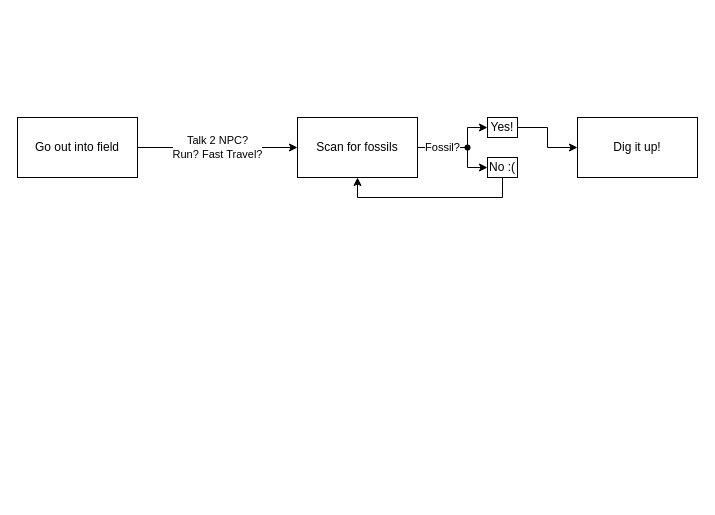
The draw.io diagram ffe.drawio in Fraxo/drawioflowcharts, before the edit. Source tidied: cells renumbered, new cells numbered last; positions are measured from the earlier drawing's top-left corner, leaving out a move shared by most shapes. Both pictures are drawn from the tidied source at 100%, with x=0, y=0 at pixel (17, 117).
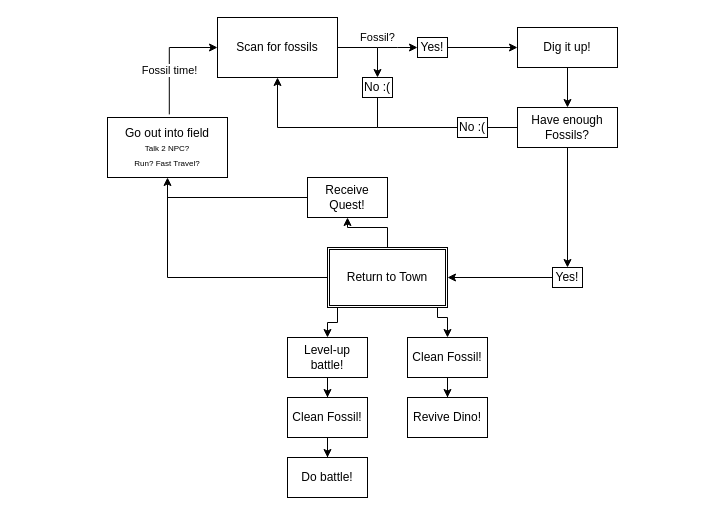
The same page after the edit.

What changed in the source:
```diff
@@
-    <mxCell id="2" value="Talk 2 NPC?&lt;div&gt;Run? Fast Travel?&lt;/div&gt;" style="edgeStyle=orthogonalEdgeStyle;rounded=0;jettySize=auto;html=1;entryX=0;entryY=0.5;entryDx=0;entryDy=0;" parent="1" edge="1" source="3" target="4">
-      <mxGeometry relative="1" as="geometry" />
+    <mxCell id="2" value="Fossil time!" style="edgeStyle=orthogonalEdgeStyle;rounded=0;jettySize=auto;html=1;entryX=0;entryY=0.5;entryDx=0;entryDy=0;exitX=0.515;exitY=-0.052;exitDx=0;exitDy=0;exitPerimeter=0;" parent="1" edge="1" source="3" target="4">
+      <mxGeometry x="-0.24" relative="1" as="geometry" />
     </mxCell>
-    <mxCell id="3" value="Go out into field" style="rounded=0;whiteSpace=wrap;html=1;" parent="1" vertex="1">
-      <mxGeometry width="120" height="60" as="geometry" />
+    <mxCell id="3" value="Go out into field&lt;div&gt;&lt;font style=&quot;font-size: 8px;&quot;&gt;Talk 2 NPC?&lt;/font&gt;&lt;/div&gt;&lt;div&gt;&lt;font style=&quot;font-size: 8px;&quot;&gt;Run? Fast Travel?&lt;/font&gt;&lt;/div&gt;" style="rounded=0;whiteSpace=wrap;html=1;" parent="1" vertex="1">
+      <mxGeometry x="90" width="120" height="60" as="geometry" />
     </mxCell>
     <mxCell id="4" value="Scan for fossils" style="rounded=0;whiteSpace=wrap;html=1;" parent="1" vertex="1">
-      <mxGeometry x="280" width="120" height="60" as="geometry" />
+      <mxGeometry x="200" y="-100" width="120" height="60" as="geometry" />
     </mxCell>
     <mxCell id="5" style="edgeStyle=orthogonalEdgeStyle;rounded=0;jettySize=auto;html=1;endArrow=none;endFill=0;startArrow=classic;startFill=1;" parent="1" edge="1" source="7" target="12">
       <mxGeometry relative="1" as="geometry">
         <Array as="points">
-          <mxPoint x="450" y="10" />
+          <mxPoint x="380" y="-70" />
+          <mxPoint x="380" y="-70" />
         </Array>
       </mxGeometry>
     </mxCell>
@@
     <mxCell id="7" value="Yes!" style="rounded=0;whiteSpace=wrap;html=1;" parent="1" vertex="1">
-      <mxGeometry x="470" width="30" height="20" as="geometry" />
+      <mxGeometry x="400" y="-80" width="30" height="20" as="geometry" />
     </mxCell>
     <mxCell id="8" style="edgeStyle=orthogonalEdgeStyle;rounded=0;jettySize=auto;html=1;startArrow=classic;startFill=1;endArrow=none;endFill=0;" parent="1" edge="1" source="10" target="12">
       <mxGeometry relative="1" as="geometry">
         <Array as="points">
-          <mxPoint x="450" y="50" />
+          <mxPoint x="360" y="-70" />
         </Array>
       </mxGeometry>
     </mxCell>
-    <mxCell id="9" style="edgeStyle=orthogonalEdgeStyle;rounded=0;jettySize=auto;html=1;entryX=0.5;entryY=1;entryDx=0;entryDy=0;" parent="1" edge="1" source="10" target="4">
-      <mxGeometry relative="1" as="geometry">
-        <Array as="points">
-          <mxPoint x="485" y="80" />
-          <mxPoint x="340" y="80" />
-        </Array>
-      </mxGeometry>
+    <mxCell id="9" style="edgeStyle=orthogonalEdgeStyle;rounded=0;jettySize=auto;html=1;entryX=0.5;entryY=1;entryDx=0;entryDy=0;" parent="1" edge="1" source="24" target="4">
+      <mxGeometry relative="1" as="geometry" />
     </mxCell>
     <mxCell id="10" value="No :(" style="rounded=0;whiteSpace=wrap;html=1;" parent="1" vertex="1">
-      <mxGeometry x="470" y="40" width="30" height="20" as="geometry" />
+      <mxGeometry x="345" y="-40" width="30" height="20" as="geometry" />
     </mxCell>
     <mxCell id="11" value="Fossil?" style="edgeStyle=orthogonalEdgeStyle;rounded=0;jettySize=auto;html=1;entryX=1;entryY=0.5;entryDx=0;entryDy=0;startArrow=none;startFill=0;endArrow=none;endFill=0;" parent="1" edge="1" source="12" target="4">
-      <mxGeometry relative="1" as="geometry" />
+      <mxGeometry x="-1" y="-10" relative="1" as="geometry" />
     </mxCell>
-    <mxCell id="12" style="shape=waypoint;sketch=0;fillStyle=solid;size=6;points=[];fillColor=none;perimeter=centerPerimeter;snapToPoint=1;" parent="1" vertex="1">
-      <mxGeometry x="440" y="20" width="20" height="20" as="geometry" />
+    <mxCell id="12" style="shape=waypoint;sketch=0;fillStyle=solid;size=6;points=[];fillColor=none;perimeter=centerPerimeter;snapToPoint=1;strokeColor=none;" parent="1" vertex="1">
+      <mxGeometry x="350" y="-80" width="20" height="20" as="geometry" />
     </mxCell>
+    <mxCell id="14" style="edgeStyle=orthogonalEdgeStyle;rounded=0;jettySize=auto;html=1;" parent="1" edge="1" source="13" target="16">
+      <mxGeometry relative="1" as="geometry" />
+    </mxCell>
     <mxCell id="13" value="Dig it up!" style="rounded=0;whiteSpace=wrap;html=1;" parent="1" vertex="1">
-      <mxGeometry x="560" width="120" height="60" as="geometry" />
+      <mxGeometry x="500" y="-90" width="100" height="40" as="geometry" />
     </mxCell>
+    <mxCell id="15" style="edgeStyle=orthogonalEdgeStyle;rounded=0;jettySize=auto;html=1;entryX=0.5;entryY=0;entryDx=0;entryDy=0;" parent="1" edge="1" source="16" target="31">
+      <mxGeometry relative="1" as="geometry" />
+    </mxCell>
+    <mxCell id="16" value="Have enough Fossils?" style="rounded=0;whiteSpace=wrap;html=1;" parent="1" vertex="1">
+      <mxGeometry x="500" y="-10" width="100" height="40" as="geometry" />
+    </mxCell>
+    <mxCell id="17" style="edgeStyle=orthogonalEdgeStyle;rounded=0;orthogonalLoop=1;jettySize=auto;html=1;entryX=0.5;entryY=0;entryDx=0;entryDy=0;exitX=0.868;exitY=0.99;exitDx=0;exitDy=0;exitPerimeter=0;" parent="1" edge="1">
+      <mxGeometry relative="1" as="geometry">
+        <mxPoint x="414.1" y="189.4" as="sourcePoint" />
+        <mxPoint x="430" y="220" as="targetPoint" />
+        <Array as="points">
+          <mxPoint x="420" y="189" />
+          <mxPoint x="420" y="200" />
+          <mxPoint x="430" y="200" />
+        </Array>
+      </mxGeometry>
+    </mxCell>
+    <mxCell id="18" style="edgeStyle=orthogonalEdgeStyle;rounded=0;jettySize=auto;html=1;" parent="1" edge="1" source="20">
+      <mxGeometry relative="1" as="geometry">
+        <mxPoint x="310" y="220" as="targetPoint" />
+        <Array as="points">
+          <mxPoint x="320" y="205" />
+          <mxPoint x="310" y="205" />
+        </Array>
+      </mxGeometry>
+    </mxCell>
+    <mxCell id="19" style="edgeStyle=orthogonalEdgeStyle;rounded=0;jettySize=auto;html=1;entryX=0.5;entryY=1;entryDx=0;entryDy=0;" parent="1" edge="1" source="20" target="38">
+      <mxGeometry relative="1" as="geometry" />
+    </mxCell>
+    <mxCell id="20" value="Return to Town" style="shape=ext;double=1;rounded=0;whiteSpace=wrap;html=1;" parent="1" vertex="1">
+      <mxGeometry x="310" y="130" width="120" height="60" as="geometry" />
+    </mxCell>
+    <mxCell id="21" style="edgeStyle=orthogonalEdgeStyle;rounded=0;jettySize=auto;html=1;" parent="1" edge="1" source="22" target="23">
+      <mxGeometry relative="1" as="geometry" />
+    </mxCell>
+    <mxCell id="22" value="Clean Fossil!" style="rounded=0;whiteSpace=wrap;html=1;" parent="1" vertex="1">
+      <mxGeometry x="390" y="220" width="80" height="40" as="geometry" />
+    </mxCell>
+    <mxCell id="23" value="Revive Dino!" style="rounded=0;whiteSpace=wrap;html=1;direction=west;" parent="1" vertex="1">
+      <mxGeometry x="390" y="280" width="80" height="40" as="geometry" />
+    </mxCell>
+    <mxCell id="24" style="shape=waypoint;sketch=0;fillStyle=solid;size=6;points=[];fillColor=none;perimeter=centerPerimeter;snapToPoint=1;strokeColor=none;" parent="1" vertex="1">
+      <mxGeometry x="350" width="20" height="20" as="geometry" />
+    </mxCell>
+    <mxCell id="25" style="edgeStyle=orthogonalEdgeStyle;rounded=0;jettySize=auto;html=1;entryX=0.1;entryY=0.5;entryDx=0;entryDy=0;entryPerimeter=0;endArrow=none;endFill=0;" parent="1" edge="1" source="10" target="24">
+      <mxGeometry relative="1" as="geometry" />
+    </mxCell>
+    <mxCell id="26" style="edgeStyle=orthogonalEdgeStyle;rounded=0;jettySize=auto;html=1;entryX=0.5;entryY=1;entryDx=0;entryDy=0;" parent="1" edge="1" source="20" target="3">
+      <mxGeometry relative="1" as="geometry" />
+    </mxCell>
+    <mxCell id="27" style="edgeStyle=orthogonalEdgeStyle;rounded=0;jettySize=auto;html=1;endArrow=none;endFill=0;" parent="1" edge="1" source="16" target="28">
+      <mxGeometry x="-0.29" relative="1" as="geometry" />
+    </mxCell>
+    <mxCell id="28" value="No :(" style="rounded=0;whiteSpace=wrap;html=1;" parent="1" vertex="1">
+      <mxGeometry x="440" width="30" height="20" as="geometry" />
+    </mxCell>
+    <mxCell id="29" style="edgeStyle=orthogonalEdgeStyle;rounded=0;jettySize=auto;html=1;entryX=0.921;entryY=0.3;entryDx=0;entryDy=0;entryPerimeter=0;endArrow=none;endFill=0;" parent="1" edge="1" source="28" target="24">
+      <mxGeometry relative="1" as="geometry" />
+    </mxCell>
+    <mxCell id="30" style="edgeStyle=orthogonalEdgeStyle;rounded=0;jettySize=auto;html=1;entryX=1;entryY=0.5;entryDx=0;entryDy=0;" parent="1" edge="1" source="31" target="20">
+      <mxGeometry relative="1" as="geometry" />
+    </mxCell>
+    <mxCell id="31" value="Yes!" style="rounded=0;whiteSpace=wrap;html=1;" parent="1" vertex="1">
+      <mxGeometry x="535" y="150" width="30" height="20" as="geometry" />
+    </mxCell>
+    <mxCell id="32" style="edgeStyle=orthogonalEdgeStyle;rounded=0;jettySize=auto;html=1;entryX=0.5;entryY=0;entryDx=0;entryDy=0;" parent="1" edge="1" source="33" target="35">
+      <mxGeometry relative="1" as="geometry" />
+    </mxCell>
+    <mxCell id="33" value="Level-up battle!" style="rounded=0;whiteSpace=wrap;html=1;" parent="1" vertex="1">
+      <mxGeometry x="270" y="220" width="80" height="40" as="geometry" />
+    </mxCell>
+    <mxCell id="34" style="edgeStyle=orthogonalEdgeStyle;rounded=0;jettySize=auto;html=1;entryX=0.5;entryY=0;entryDx=0;entryDy=0;" parent="1" edge="1" source="35" target="36">
+      <mxGeometry relative="1" as="geometry" />
+    </mxCell>
+    <mxCell id="35" value="Clean Fossil!" style="rounded=0;whiteSpace=wrap;html=1;" parent="1" vertex="1">
+      <mxGeometry x="270" y="280" width="80" height="40" as="geometry" />
+    </mxCell>
+    <mxCell id="36" value="Do battle!" style="rounded=0;whiteSpace=wrap;html=1;" parent="1" vertex="1">
+      <mxGeometry x="270" y="340" width="80" height="40" as="geometry" />
+    </mxCell>
+    <mxCell id="37" style="edgeStyle=orthogonalEdgeStyle;rounded=0;jettySize=auto;html=1;endArrow=none;endFill=0;" parent="1" edge="1" source="38">
+      <mxGeometry relative="1" as="geometry">
+        <mxPoint x="150" y="80" as="targetPoint" />
+      </mxGeometry>
+    </mxCell>
+    <mxCell id="38" value="Receive Quest!" style="rounded=0;whiteSpace=wrap;html=1;" parent="1" vertex="1">
+      <mxGeometry x="290" y="60" width="80" height="40" as="geometry" />
+    </mxCell>
```
